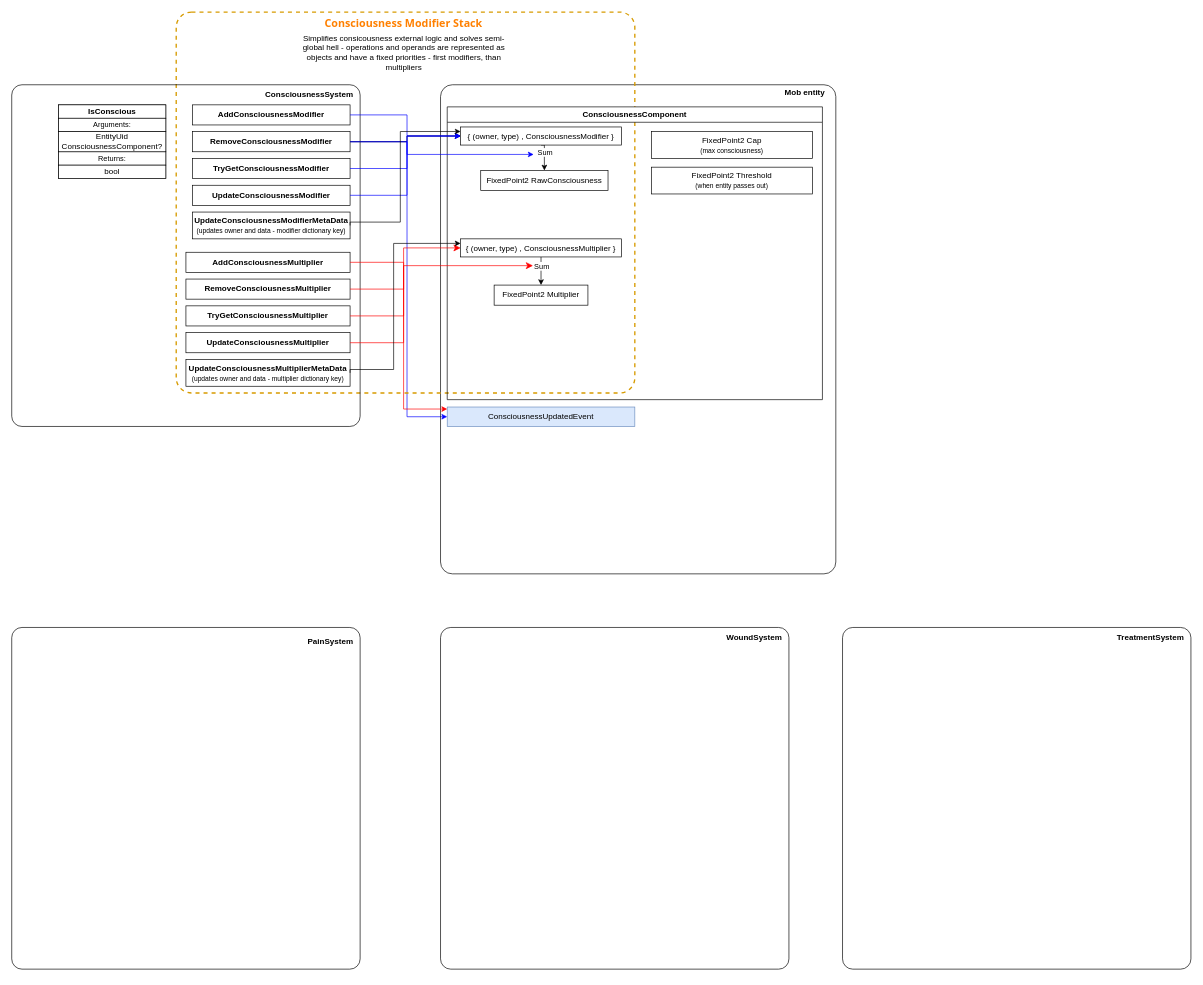
The draw.io diagram Woundmed Architecture Diagram.drawio in TheArturZh/ss220-med-system-docs, before the edit. Source tidied: cells renumbered, new cells numbered last; positions are measured from the earlier drawing's top-left corner, leaving out a move shared by most shapes. Both pictures are drawn from the tidied source at 67%, with x=0, y=0 at pixel (11, 12).
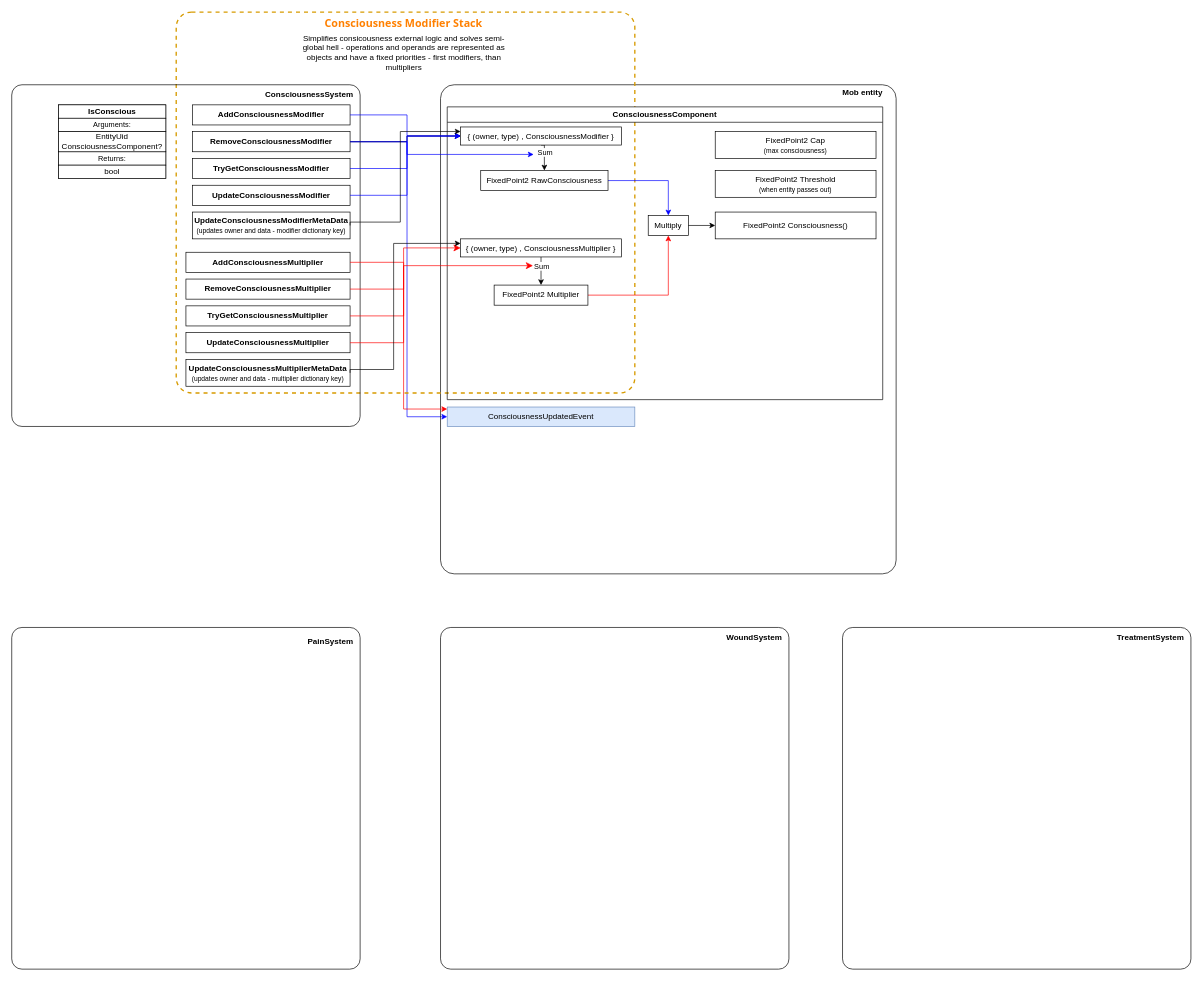
After the change.

Unchanged cells that the change refers to:
```xml
<mxCell id="42" value="FixedPoint2 RawConsciousness" style="rounded=0;whiteSpace=wrap;html=1;" parent="1" vertex="1">
  <mxGeometry x="700" y="236" width="190" height="30" as="geometry" />
</mxCell>
<mxCell id="43" value="FixedPoint2 Multiplier" style="rounded=0;whiteSpace=wrap;html=1;" parent="1" vertex="1">
  <mxGeometry x="720" y="407" width="140" height="30" as="geometry" />
</mxCell>
```

Diff of the diagram source:
```diff
@@
     <mxCell id="3" style="rounded=1;whiteSpace=wrap;html=1;fillColor=none;arcSize=3;" parent="1" vertex="1">
-      <mxGeometry x="640" y="108" width="590" height="730" as="geometry" />
+      <mxGeometry x="640" y="108" width="680" height="730" as="geometry" />
     </mxCell>
@@
     <mxCell id="26" value="ConsciousnessComponent" style="swimlane;whiteSpace=wrap;html=1;" parent="1" vertex="1">
-      <mxGeometry x="650" y="141" width="560" height="437" as="geometry" />
+      <mxGeometry x="650" y="141" width="650" height="437" as="geometry" />
     </mxCell>
+    <mxCell id="64" value="Multiply" style="rounded=0;whiteSpace=wrap;html=1;" parent="26" vertex="1">
+      <mxGeometry x="300" y="162" width="60" height="30" as="geometry" />
+    </mxCell>
@@
+    <mxCell id="65" style="edgeStyle=orthogonalEdgeStyle;rounded=0;jettySize=auto;html=1;exitX=1;exitY=0.5;exitDx=0;exitDy=0;entryX=0.5;entryY=0;entryDx=0;entryDy=0;strokeColor=#0000FF;" parent="1" edge="1" source="42" target="64">
+      <mxGeometry relative="1" as="geometry" />
+    </mxCell>
@@
+    <mxCell id="66" style="edgeStyle=orthogonalEdgeStyle;rounded=0;jettySize=auto;html=1;exitX=1;exitY=0.5;exitDx=0;exitDy=0;entryX=0.5;entryY=1;entryDx=0;entryDy=0;strokeColor=#FF0000;" parent="1" edge="1" source="43" target="64">
+      <mxGeometry relative="1" as="geometry" />
+    </mxCell>
@@
     <mxCell id="44" value="FixedPoint2 Cap&lt;br&gt;&lt;font style=&quot;font-size: 10px;&quot;&gt;(max consciousness)&lt;/font&gt;" style="rounded=0;whiteSpace=wrap;html=1;" parent="1" vertex="1">
-      <mxGeometry x="955" y="178" width="240" height="40" as="geometry" />
+      <mxGeometry x="1050" y="178" width="240" height="40" as="geometry" />
     </mxCell>
     <mxCell id="45" value="FixedPoint2 Threshold&lt;br&gt;&lt;font style=&quot;font-size: 10px;&quot;&gt;(when entity passes out)&lt;/font&gt;" style="rounded=0;whiteSpace=wrap;html=1;" parent="1" vertex="1">
-      <mxGeometry x="955" y="231" width="240" height="40" as="geometry" />
+      <mxGeometry x="1050" y="236" width="240" height="40" as="geometry" />
     </mxCell>
@@
     <mxCell id="59" value="Mob entity" style="text;html=1;strokeColor=none;fillColor=none;align=right;verticalAlign=top;whiteSpace=wrap;rounded=0;fontStyle=1;" parent="1" vertex="1">
-      <mxGeometry x="1134" y="106" width="82" height="30" as="geometry" />
+      <mxGeometry x="1220" y="106" width="82" height="30" as="geometry" />
     </mxCell>
@@
+    <mxCell id="67" value="FixedPoint2 Consciousness()" style="rounded=0;whiteSpace=wrap;html=1;" parent="1" vertex="1">
+      <mxGeometry x="1050" y="298" width="240" height="40" as="geometry" />
+    </mxCell>
+    <mxCell id="68" style="edgeStyle=orthogonalEdgeStyle;rounded=0;jettySize=auto;html=1;exitX=1;exitY=0.5;exitDx=0;exitDy=0;entryX=0;entryY=0.5;entryDx=0;entryDy=0;" parent="1" edge="1" source="64" target="67">
+      <mxGeometry relative="1" as="geometry" />
+    </mxCell>
```
